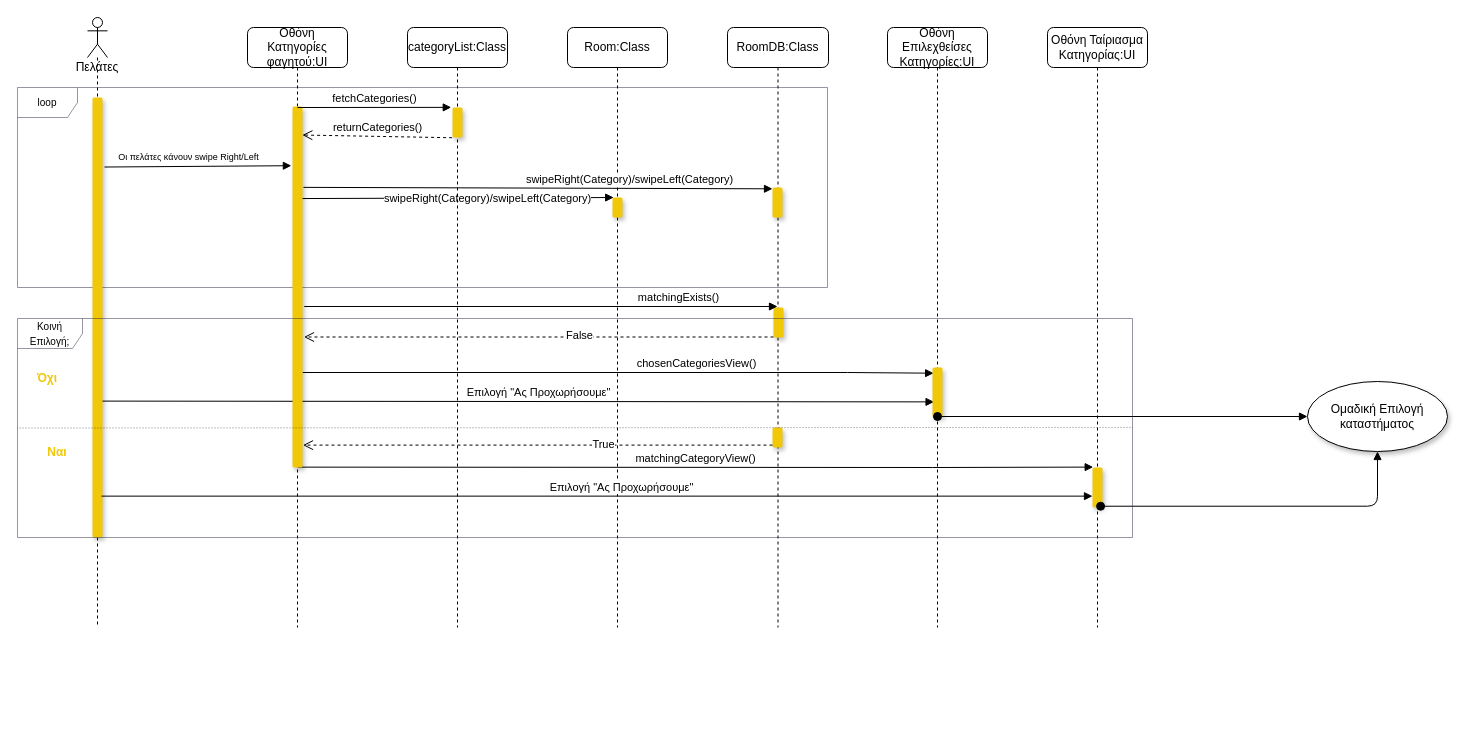
Earlier version of the draw.io diagram docs/contributions/JoannaAgo/Phase_5/Team Choice - Category/Team_Choice_Category_Sequence.drawio (iloudaros/nomnomr). Source tidied: cells renumbered, new cells numbered last; positions are measured from the earlier drawing's top-left corner, leaving out a move shared by most shapes. Both pictures are drawn from the tidied source at 100%, with x=0, y=0 at pixel (17, 17).
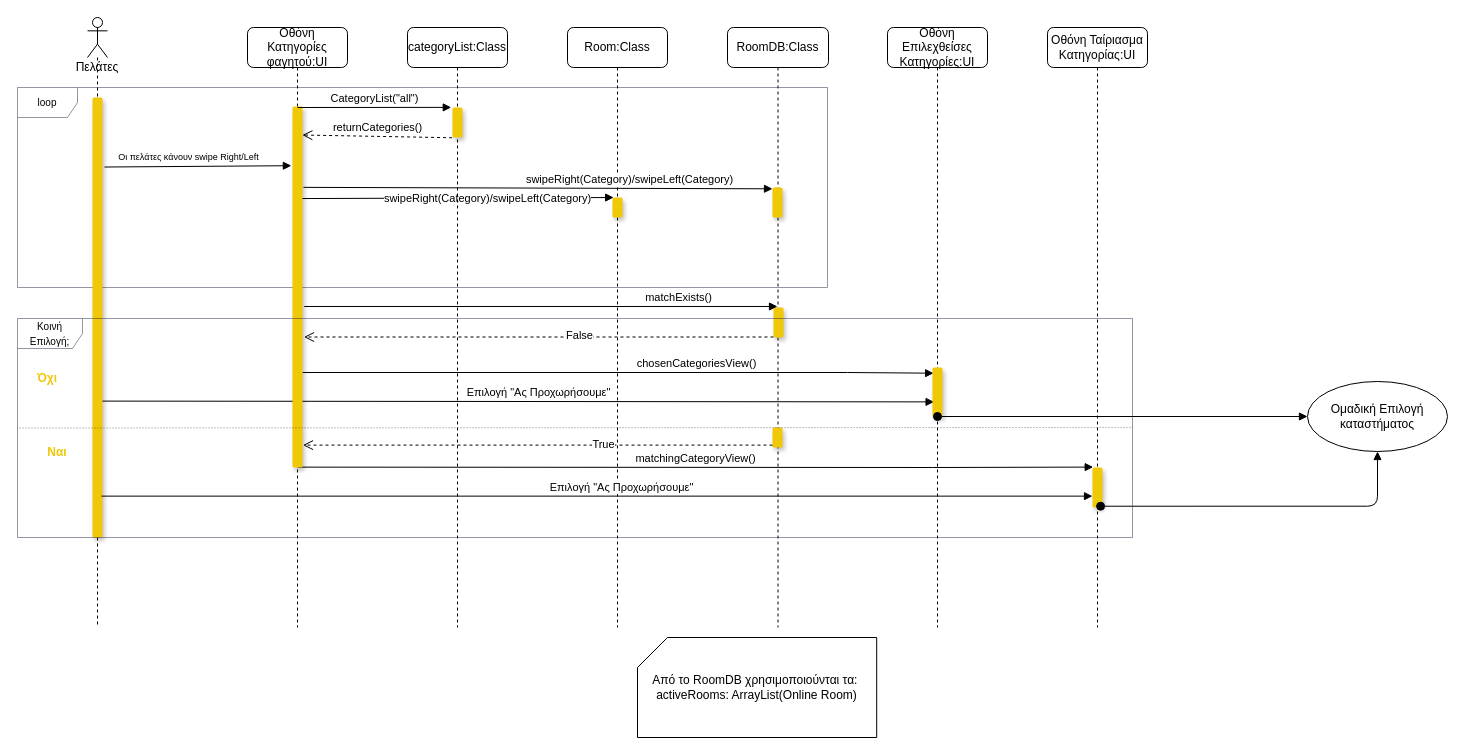
After the change.

Unchanged cells that the change refers to:
```xml
<mxCell id="2" value="RoomDB:Class" style="shape=umlLifeline;perimeter=lifelinePerimeter;whiteSpace=wrap;html=1;outlineConnect=0;rounded=1;shadow=0;fillColor=#FFFFFF;" parent="1" vertex="1">
  <mxGeometry x="710" y="10" width="101" height="600" as="geometry" />
</mxCell>
<mxCell id="13" style="html=1;points=[];perimeter=orthogonalPerimeter;rounded=1;shadow=1;fillColor=#F0C808;strokeColor=none;" parent="12" vertex="1">
  <mxGeometry x="45" y="79" width="10" height="361" as="geometry" />
</mxCell>
<mxCell id="15" style="html=1;points=[];perimeter=orthogonalPerimeter;rounded=1;shadow=1;fillColor=#F0C808;strokeColor=none;" parent="14" vertex="1">
  <mxGeometry x="45" y="80" width="10" height="30" as="geometry" />
</mxCell>
```

Change to the diagram source:
```diff
@@
-    <mxCell id="20" value="fetchCategories()" style="html=1;verticalAlign=bottom;endArrow=block;rounded=0;entryX=-0.125;entryY=-0.004;entryDx=0;entryDy=0;entryPerimeter=0;" parent="1" edge="1" target="15">
+    <mxCell id="20" value="CategoryList(&quot;all&quot;)" style="html=1;verticalAlign=bottom;endArrow=block;rounded=0;entryX=-0.125;entryY=-0.004;entryDx=0;entryDy=0;entryPerimeter=0;" parent="1" edge="1" target="15">
       <mxGeometry relative="1" as="geometry">
         <mxPoint x="280" y="90" as="sourcePoint" />
       </mxGeometry>
     </mxCell>
@@
-    <mxCell id="30" value="matchingExists()" style="html=1;verticalAlign=bottom;endArrow=block;rounded=0;exitX=1.176;exitY=0.554;exitDx=0;exitDy=0;exitPerimeter=0;" parent="1" edge="1" source="13" target="2">
+    <mxCell id="30" value="matchExists()" style="html=1;verticalAlign=bottom;endArrow=block;rounded=0;exitX=1.176;exitY=0.554;exitDx=0;exitDy=0;exitPerimeter=0;" parent="1" edge="1" source="13" target="2">
       <mxGeometry x="0.58" relative="1" as="geometry" />
     </mxCell>
@@
-    <mxCell id="38" value="Ομαδική Επιλογή καταστήματος" style="ellipse;whiteSpace=wrap;html=1;shadow=1;" parent="1" vertex="1">
+    <mxCell id="38" value="Ομαδική Επιλογή καταστήματος" style="ellipse;whiteSpace=wrap;html=1;shadow=0;" parent="1" vertex="1">
       <mxGeometry x="1290" y="364" width="140" height="70" as="geometry" />
     </mxCell>
@@
+    <mxCell id="40" value="Από το RoomDB χρησιμοποιούνται τα:&amp;nbsp;&lt;br&gt;activeRooms: ArrayList(Online Room)" style="shape=card;whiteSpace=wrap;html=1;" parent="1" vertex="1">
+      <mxGeometry x="620" y="620" width="239.2" height="100" as="geometry" />
+    </mxCell>
```
